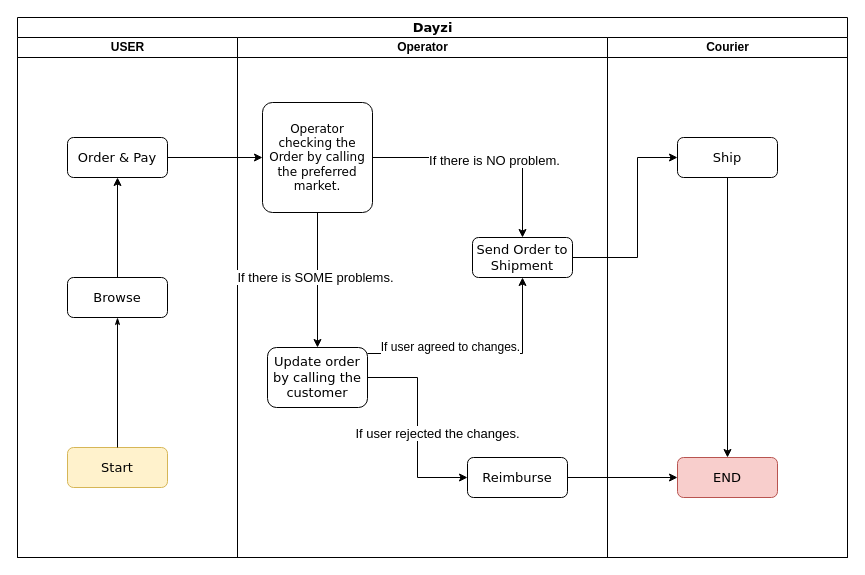
Above: OrderFlow.drawio in AwesDea/Dayzi (draw.io), before the change. Source tidied: cells renumbered, new cells numbered last; positions are measured from the earlier drawing's top-left corner, leaving out a move shared by most shapes. Both pictures are drawn from the tidied source at 100%, with x=0, y=0 at pixel (17, 17).
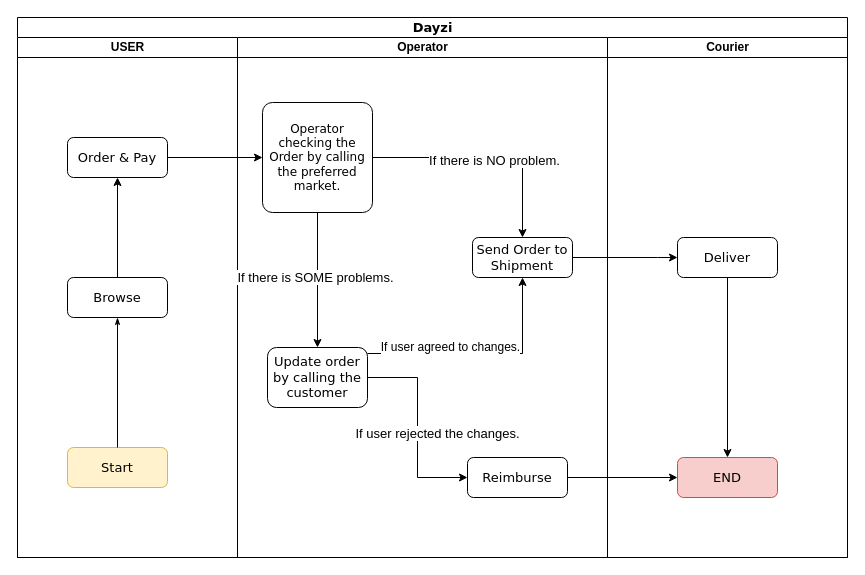
The same page after the edit.

The change refers to these unchanged cells:
```xml
<mxCell id="2" value="Dayzi" style="swimlane;html=1;startSize=20;rounded=0;shadow=0;labelBackgroundColor=none;strokeColor=#000000;strokeWidth=1;fillColor=#ffffff;fontFamily=Verdana;fontSize=13;fontColor=#000000;align=center;" parent="1" vertex="1">
  <mxGeometry width="830" height="540" as="geometry" />
</mxCell>
<mxCell id="16" value="&lt;font style=&quot;font-size: 13px&quot;&gt;Send Order to Shipment&lt;/font&gt;" style="rounded=1;whiteSpace=wrap;html=1;shadow=0;labelBackgroundColor=none;strokeColor=#000000;strokeWidth=1;fillColor=#ffffff;fontFamily=Verdana;fontSize=8;fontColor=#000000;align=center;" parent="10" vertex="1">
  <mxGeometry x="235" y="200" width="100" height="40" as="geometry" />
</mxCell>
<mxCell id="22" value="Courier" style="swimlane;html=1;startSize=20;" parent="2" vertex="1">
  <mxGeometry x="590" y="20" width="240" height="520" as="geometry" />
</mxCell>
```

Diff of the diagram source:
```diff
@@
-    <mxCell id="26" value="Ship" style="rounded=1;whiteSpace=wrap;html=1;shadow=0;labelBackgroundColor=none;strokeColor=#000000;strokeWidth=1;fillColor=#ffffff;fontFamily=Verdana;fontSize=13;fontColor=#000000;align=center;" parent="22" vertex="1">
-      <mxGeometry x="70" y="100" width="100" height="40" as="geometry" />
+    <mxCell id="26" value="Deliver" style="rounded=1;whiteSpace=wrap;html=1;shadow=0;labelBackgroundColor=none;strokeColor=#000000;strokeWidth=1;fillColor=#ffffff;fontFamily=Verdana;fontSize=13;fontColor=#000000;align=center;" parent="22" vertex="1">
+      <mxGeometry x="70" y="200" width="100" height="40" as="geometry" />
     </mxCell>
     <mxCell id="27" style="edgeStyle=orthogonalEdgeStyle;rounded=0;jettySize=auto;html=1;entryX=0;entryY=0.5;entryDx=0;entryDy=0;" parent="2" edge="1" source="16" target="26">
       <mxGeometry relative="1" as="geometry">
         <Array as="points">
-          <mxPoint x="620" y="240" />
-          <mxPoint x="620" y="140" />
+          <mxPoint x="640" y="240" />
+          <mxPoint x="640" y="240" />
         </Array>
       </mxGeometry>
     </mxCell>
```
